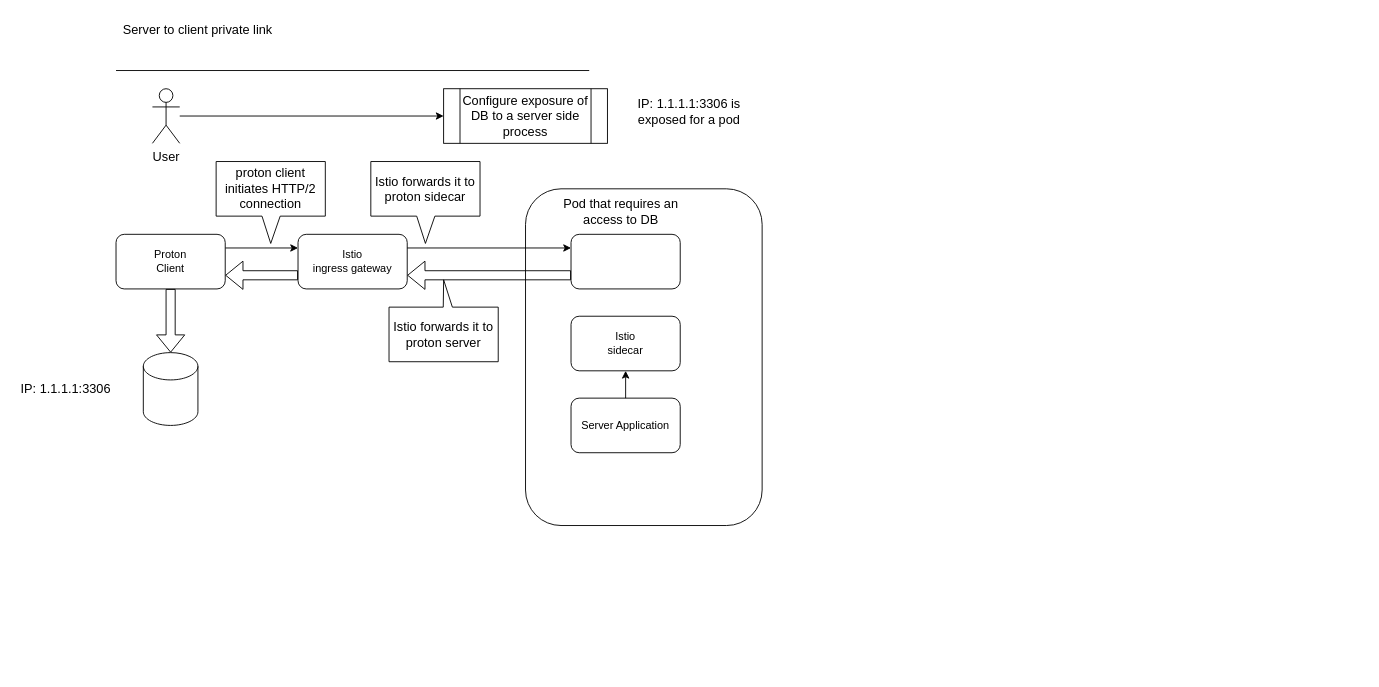
This is proton.drawio from wolfroma/proton, a draw.io file, before an edit. Source tidied: cells renumbered, new cells numbered last; positions are measured from the earlier drawing's top-left corner, leaving out a move shared by most shapes. Both pictures are drawn from the tidied source at 91%, with x=0, y=0 at pixel (15, 15).
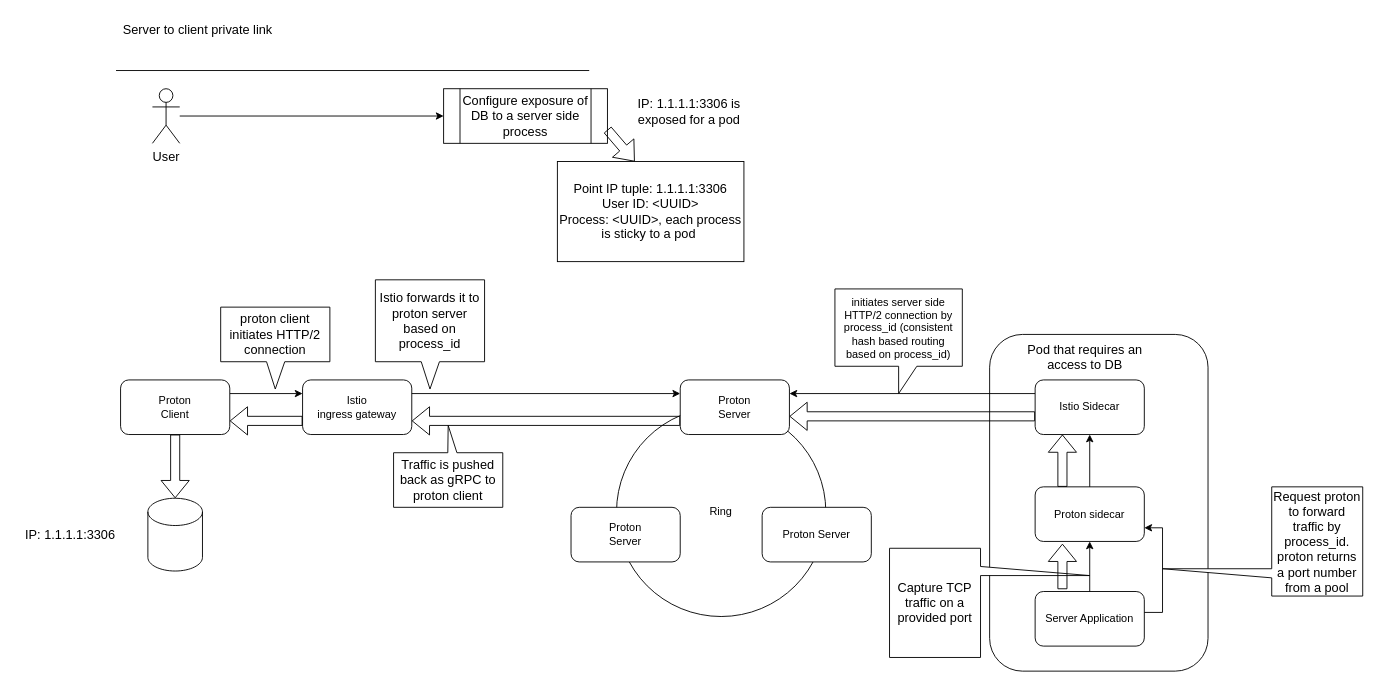
The same page after the edit.

Unchanged cells that the change refers to:
```xml
<mxCell id="16" value="Configure exposure of DB to a server side process" style="shape=process;whiteSpace=wrap;html=1;backgroundOutline=1;fontSize=14;" parent="1" vertex="1">
  <mxGeometry x="470" y="80" width="180" height="60" as="geometry" />
</mxCell>
```

Diff of the diagram source:
```diff
@@
+    <mxCell id="26" value="Ring" style="ellipse;whiteSpace=wrap;html=1;" parent="1" vertex="1">
+      <mxGeometry x="660" y="430" width="230" height="230" as="geometry" />
+    </mxCell>
     <mxCell id="2" style="rounded=1;whiteSpace=wrap;html=1;fontSize=14;" parent="1" vertex="1">
-      <mxGeometry x="560" y="190" width="260" height="370" as="geometry" />
+      <mxGeometry x="1070" y="350" width="240" height="370" as="geometry" />
     </mxCell>
@@
     <mxCell id="4" value="Proton&lt;br&gt;Client" style="rounded=1;whiteSpace=wrap;html=1;" parent="1" vertex="1">
-      <mxGeometry x="110" y="240" width="120" height="60" as="geometry" />
+      <mxGeometry x="115" y="400" width="120" height="60" as="geometry" />
     </mxCell>
     <mxCell id="5" value="Istio &lt;br&gt;ingress gateway" style="rounded=1;whiteSpace=wrap;html=1;" parent="1" vertex="1">
-      <mxGeometry x="310" y="240" width="120" height="60" as="geometry" />
+      <mxGeometry x="315" y="400" width="120" height="60" as="geometry" />
     </mxCell>
@@
+    <mxCell id="27" style="edgeStyle=orthogonalEdgeStyle;rounded=0;jettySize=auto;html=1;entryX=1;entryY=0.25;entryDx=0;entryDy=0;exitX=0;exitY=0.25;exitDx=0;exitDy=0;" parent="1" edge="1" source="39" target="30">
+      <mxGeometry relative="1" as="geometry" />
+    </mxCell>
-    <mxCell id="7" style="rounded=1;whiteSpace=wrap;html=1;" parent="1" vertex="1">
-      <mxGeometry x="610" y="240" width="120" height="60" as="geometry" />
+    <mxCell id="7" value="Proton sidecar" style="rounded=1;whiteSpace=wrap;html=1;" parent="1" vertex="1">
+      <mxGeometry x="1120" y="517.5" width="120" height="60" as="geometry" />
     </mxCell>
@@
     <mxCell id="9" style="shape=cylinder3;whiteSpace=wrap;html=1;boundedLbl=1;backgroundOutline=1;size=15;fontSize=14;" parent="1" vertex="1">
-      <mxGeometry x="140" y="370" width="60" height="80" as="geometry" />
+      <mxGeometry x="145" y="530" width="60" height="80" as="geometry" />
     </mxCell>
-    <mxCell id="10" style="shape=flexArrow;endArrow=classic;html=1;rounded=0;fontSize=14;exitX=0;exitY=0.75;exitDx=0;exitDy=0;entryX=1;entryY=0.75;entryDx=0;entryDy=0;" parent="1" edge="1" source="7" target="5">
+    <mxCell id="10" style="shape=flexArrow;endArrow=classic;html=1;rounded=0;fontSize=14;exitX=0;exitY=0.75;exitDx=0;exitDy=0;entryX=1;entryY=0.75;entryDx=0;entryDy=0;" parent="1" edge="1" source="30" target="5">
       <mxGeometry relative="1" as="geometry" />
     </mxCell>
-    <mxCell id="11" style="edgeStyle=orthogonalEdgeStyle;rounded=0;jettySize=auto;html=1;entryX=0;entryY=0.25;entryDx=0;entryDy=0;exitX=1;exitY=0.25;exitDx=0;exitDy=0;" parent="1" edge="1" source="5" target="7">
+    <mxCell id="11" style="edgeStyle=orthogonalEdgeStyle;rounded=0;jettySize=auto;html=1;entryX=0;entryY=0.25;entryDx=0;entryDy=0;exitX=1;exitY=0.25;exitDx=0;exitDy=0;" parent="1" edge="1" source="5" target="30">
       <mxGeometry relative="1" as="geometry" />
     </mxCell>
@@
     <mxCell id="17" value="IP: 1.1.1.1:3306" style="text;html=1;strokeColor=none;fillColor=none;align=center;verticalAlign=middle;whiteSpace=wrap;rounded=0;fontSize=14;" parent="1" vertex="1">
-      <mxGeometry y="395" width="110" height="30" as="geometry" />
+      <mxGeometry x="5" y="555" width="110" height="30" as="geometry" />
     </mxCell>
@@
     <mxCell id="19" value="proton client initiates HTTP/2 connection" style="shape=callout;whiteSpace=wrap;html=1;perimeter=calloutPerimeter;fontSize=14;size=30;position=0.42;" parent="1" vertex="1">
-      <mxGeometry x="220" y="160" width="120" height="90" as="geometry" />
+      <mxGeometry x="225" y="320" width="120" height="90" as="geometry" />
     </mxCell>
-    <mxCell id="20" value="Istio forwards it to proton sidecar" style="shape=callout;whiteSpace=wrap;html=1;perimeter=calloutPerimeter;fontSize=14;size=30;position=0.42;base=20;" parent="1" vertex="1">
-      <mxGeometry x="390" y="160" width="120" height="90" as="geometry" />
+    <mxCell id="20" value="Istio forwards it to proton server based on process_id" style="shape=callout;whiteSpace=wrap;html=1;perimeter=calloutPerimeter;fontSize=14;size=30;position=0.42;base=20;" parent="1" vertex="1">
+      <mxGeometry x="395" y="290" width="120" height="120" as="geometry" />
     </mxCell>
-    <mxCell id="21" value="Istio forwards it to proton server" style="shape=callout;whiteSpace=wrap;html=1;perimeter=calloutPerimeter;fontSize=14;size=30;position=0.42;base=10;direction=west;" parent="1" vertex="1">
-      <mxGeometry x="410" y="290" width="120" height="90" as="geometry" />
+    <mxCell id="21" value="Traffic is pushed back as gRPC to proton client" style="shape=callout;whiteSpace=wrap;html=1;perimeter=calloutPerimeter;fontSize=14;size=30;position=0.42;base=10;direction=west;" parent="1" vertex="1">
+      <mxGeometry x="415" y="450" width="120" height="90" as="geometry" />
     </mxCell>
     <mxCell id="22" value="Pod that requires an access to DB" style="text;html=1;strokeColor=none;fillColor=none;align=center;verticalAlign=middle;whiteSpace=wrap;rounded=0;fontSize=14;" parent="1" vertex="1">
-      <mxGeometry x="590" y="200" width="150" height="30" as="geometry" />
+      <mxGeometry x="1100" y="360" width="150" height="30" as="geometry" />
     </mxCell>
     <mxCell id="23" value="Server Application" style="rounded=1;whiteSpace=wrap;html=1;" parent="1" vertex="1">
-      <mxGeometry x="610" y="420" width="120" height="60" as="geometry" />
+      <mxGeometry x="1120" y="632.5" width="120" height="60" as="geometry" />
     </mxCell>
-    <mxCell id="24" value="Istio &lt;br&gt;sidecar" style="rounded=1;whiteSpace=wrap;html=1;" parent="1" vertex="1">
-      <mxGeometry x="610" y="330" width="120" height="60" as="geometry" />
-    </mxCell>
-    <mxCell id="25" style="endArrow=classic;html=1;rounded=0;fontSize=14;entryX=0.5;entryY=1;entryDx=0;entryDy=0;" parent="1" edge="1" source="23" target="24">
-      <mxGeometry relative="1" as="geometry" />
-    </mxCell>
+    <mxCell id="28" style="shape=flexArrow;endArrow=classic;html=1;rounded=0;fontSize=14;exitX=1;exitY=0.75;exitDx=0;exitDy=0;" parent="1" edge="1" source="16">
+      <mxGeometry relative="1" as="geometry">
+        <mxPoint x="680" y="160" as="targetPoint" />
+      </mxGeometry>
+    </mxCell>
+    <mxCell id="29" value="Point IP tuple: 1.1.1.1:3306&lt;br&gt;User ID: &amp;lt;UUID&amp;gt;&lt;br&gt;Process: &amp;lt;UUID&amp;gt;, each process is sticky to a pod&amp;nbsp;" style="rounded=0;whiteSpace=wrap;html=1;fontSize=14;" parent="1" vertex="1">
+      <mxGeometry x="595" y="160" width="205" height="110" as="geometry" />
+    </mxCell>
+    <mxCell id="30" value="Proton &lt;br&gt;Server" style="rounded=1;whiteSpace=wrap;html=1;" parent="1" vertex="1">
+      <mxGeometry x="730" y="400" width="120" height="60" as="geometry" />
+    </mxCell>
+    <mxCell id="31" value="Proton&lt;br&gt;Server" style="rounded=1;whiteSpace=wrap;html=1;" parent="1" vertex="1">
+      <mxGeometry x="610" y="540" width="120" height="60" as="geometry" />
+    </mxCell>
+    <mxCell id="32" value="Proton Server" style="rounded=1;whiteSpace=wrap;html=1;" parent="1" vertex="1">
+      <mxGeometry x="820" y="540" width="120" height="60" as="geometry" />
+    </mxCell>
+    <mxCell id="33" style="shape=flexArrow;endArrow=classic;html=1;rounded=0;fontSize=14;entryX=1;entryY=0.75;entryDx=0;entryDy=0;" parent="1" edge="1">
+      <mxGeometry relative="1" as="geometry">
+        <mxPoint x="1120" y="440" as="sourcePoint" />
+        <mxPoint x="850" y="440" as="targetPoint" />
+      </mxGeometry>
+    </mxCell>
+    <mxCell id="34" value="&lt;span&gt;initiates server side HTTP/2 connection by process_id (consistent hash based routing based on process_id)&lt;/span&gt;" style="shape=callout;whiteSpace=wrap;html=1;perimeter=calloutPerimeter;" parent="1" vertex="1">
+      <mxGeometry x="900" y="300" width="140" height="115" as="geometry" />
+    </mxCell>
+    <mxCell id="35" value="Capture TCP traffic on a provided port" style="shape=callout;whiteSpace=wrap;html=1;perimeter=calloutPerimeter;fontSize=14;size=120;position=0.75;base=10;direction=north;position2=0.75;" parent="1" vertex="1">
+      <mxGeometry x="960" y="585" width="220" height="120" as="geometry" />
+    </mxCell>
+    <mxCell id="36" style="endArrow=classic;html=1;rounded=0;fontSize=14;" parent="1" edge="1" source="23" target="7">
+      <mxGeometry relative="1" as="geometry" />
+    </mxCell>
+    <mxCell id="37" style="endArrow=classic;html=1;rounded=0;exitX=1;exitY=0.383;exitDx=0;exitDy=0;exitPerimeter=0;entryX=1;entryY=0.75;entryDx=0;entryDy=0;" parent="1" edge="1" source="23" target="7">
+      <mxGeometry relative="1" as="geometry">
+        <Array as="points">
+          <mxPoint x="1260" y="655.5" />
+          <mxPoint x="1260" y="562.5" />
+        </Array>
+      </mxGeometry>
+    </mxCell>
+    <mxCell id="38" value="Request proton to forward traffic by process_id.&lt;br&gt;proton returns a port number from a pool" style="shape=callout;whiteSpace=wrap;html=1;perimeter=calloutPerimeter;fontSize=14;size=120;position=0.75;base=10;direction=south;position2=0.75;" parent="1" vertex="1">
+      <mxGeometry x="1260" y="517.5" width="220" height="120" as="geometry" />
+    </mxCell>
+    <mxCell id="39" value="Istio Sidecar" style="rounded=1;whiteSpace=wrap;html=1;" parent="1" vertex="1">
+      <mxGeometry x="1120" y="400" width="120" height="60" as="geometry" />
+    </mxCell>
+    <mxCell id="40" style="shape=flexArrow;endArrow=classic;html=1;rounded=0;entryX=0.25;entryY=1;entryDx=0;entryDy=0;exitX=0.25;exitY=0;exitDx=0;exitDy=0;" parent="1" edge="1" source="7" target="39">
+      <mxGeometry relative="1" as="geometry" />
+    </mxCell>
+    <mxCell id="41" style="endArrow=classic;html=1;rounded=0;fontSize=14;entryX=0.5;entryY=1;entryDx=0;entryDy=0;exitX=0.5;exitY=0;exitDx=0;exitDy=0;" parent="1" edge="1" source="7" target="39">
+      <mxGeometry relative="1" as="geometry" />
+    </mxCell>
+    <mxCell id="42" style="shape=flexArrow;endArrow=classic;html=1;rounded=0;entryX=0.25;entryY=1;entryDx=0;entryDy=0;" parent="1" edge="1">
+      <mxGeometry relative="1" as="geometry">
+        <mxPoint x="1150" y="630" as="sourcePoint" />
+        <mxPoint x="1150" y="580" as="targetPoint" />
+      </mxGeometry>
+    </mxCell>
```
